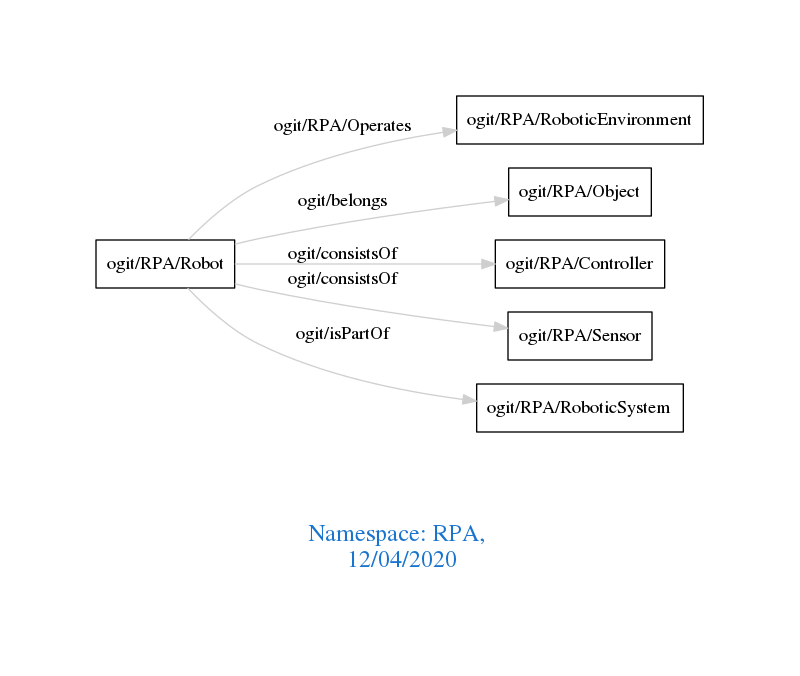
Above: downloads/RPA.png in arago/OGIT (Graphviz), before the change. Its source is kept beside it as downloads/RPA.dot.
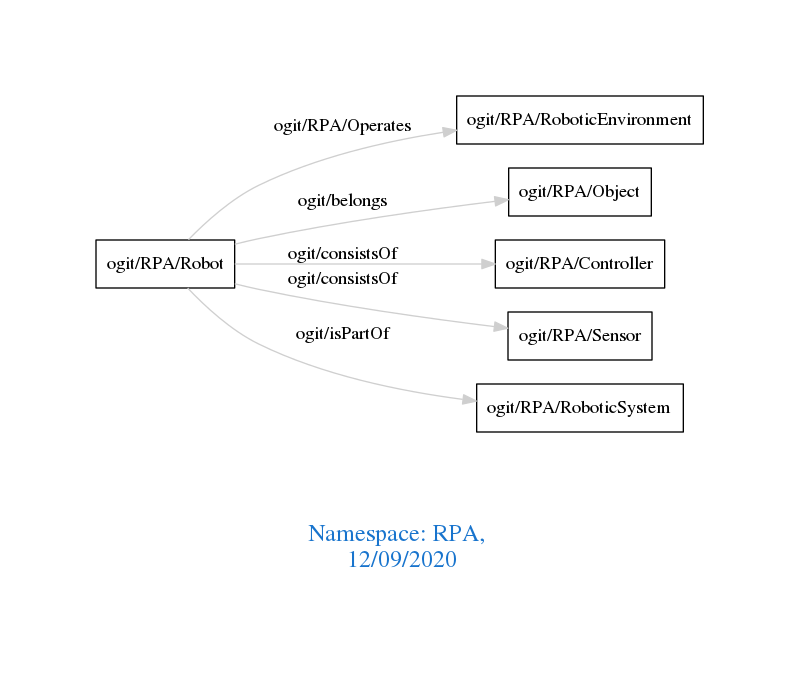
Above is the later version.

Diff of the diagram source:
```diff
@@ -1,7 +1,7 @@
 digraph OGIT_ontology {
  graph [ rankdir= LR,pad=1
 fontsize = 18,
-fontcolor= dodgerblue3,label = "\n\n\nNamespace: RPA, \n 12/04/2020"];
+fontcolor= dodgerblue3,label = "\n\n\nNamespace: RPA, \n 12/09/2020"];
 node[shape=polygon];
 edge [  color="gray81"];
 
```
